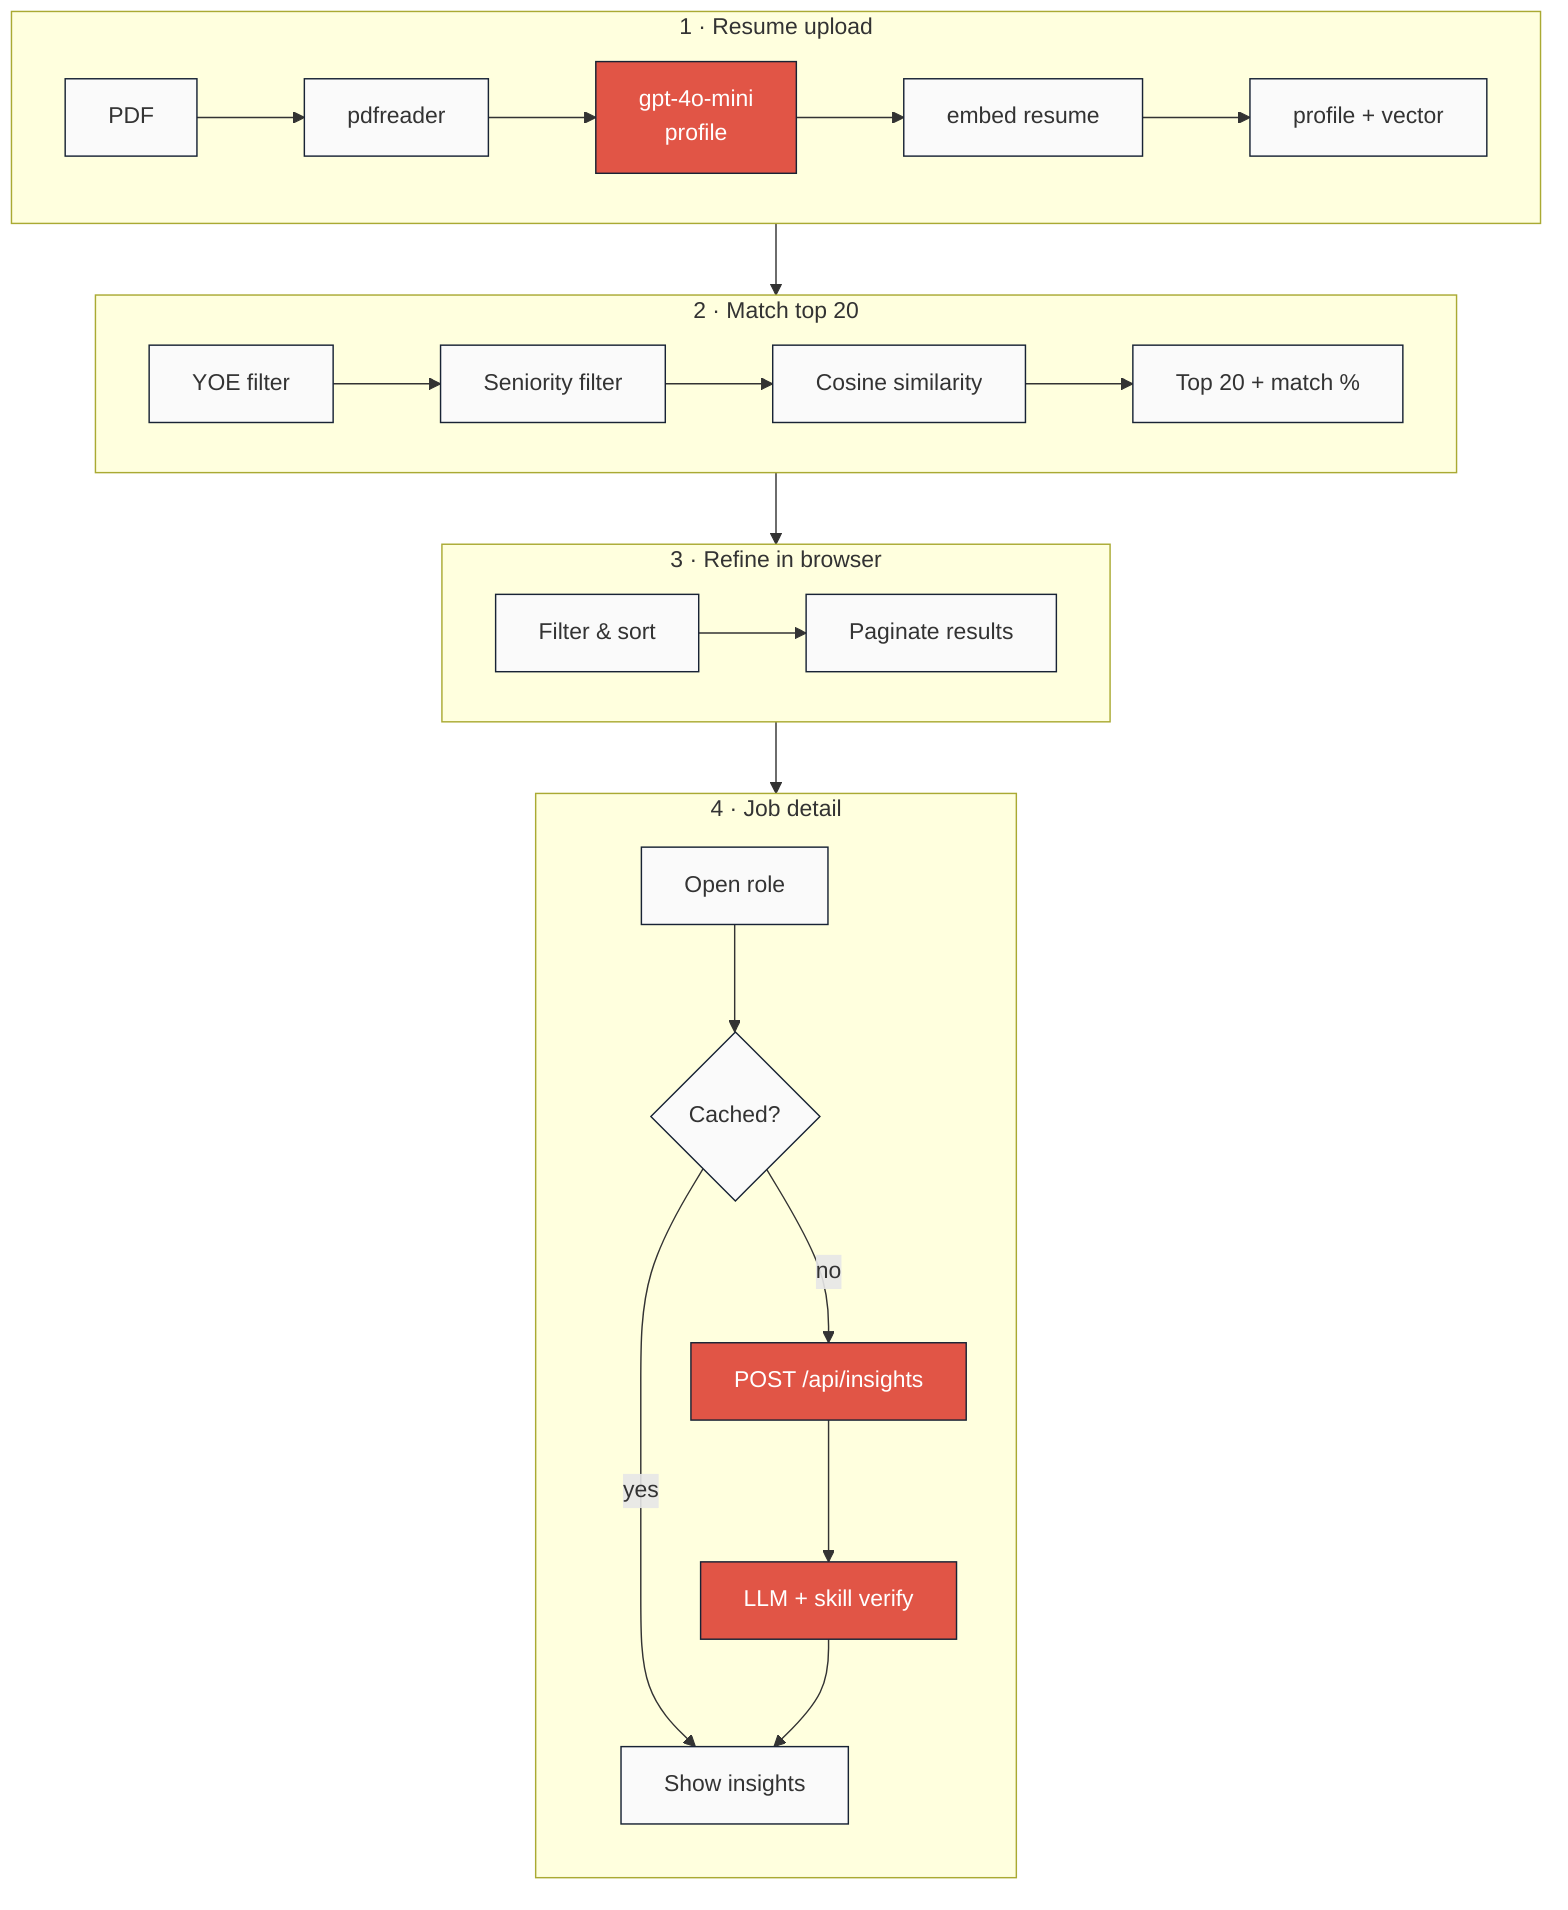
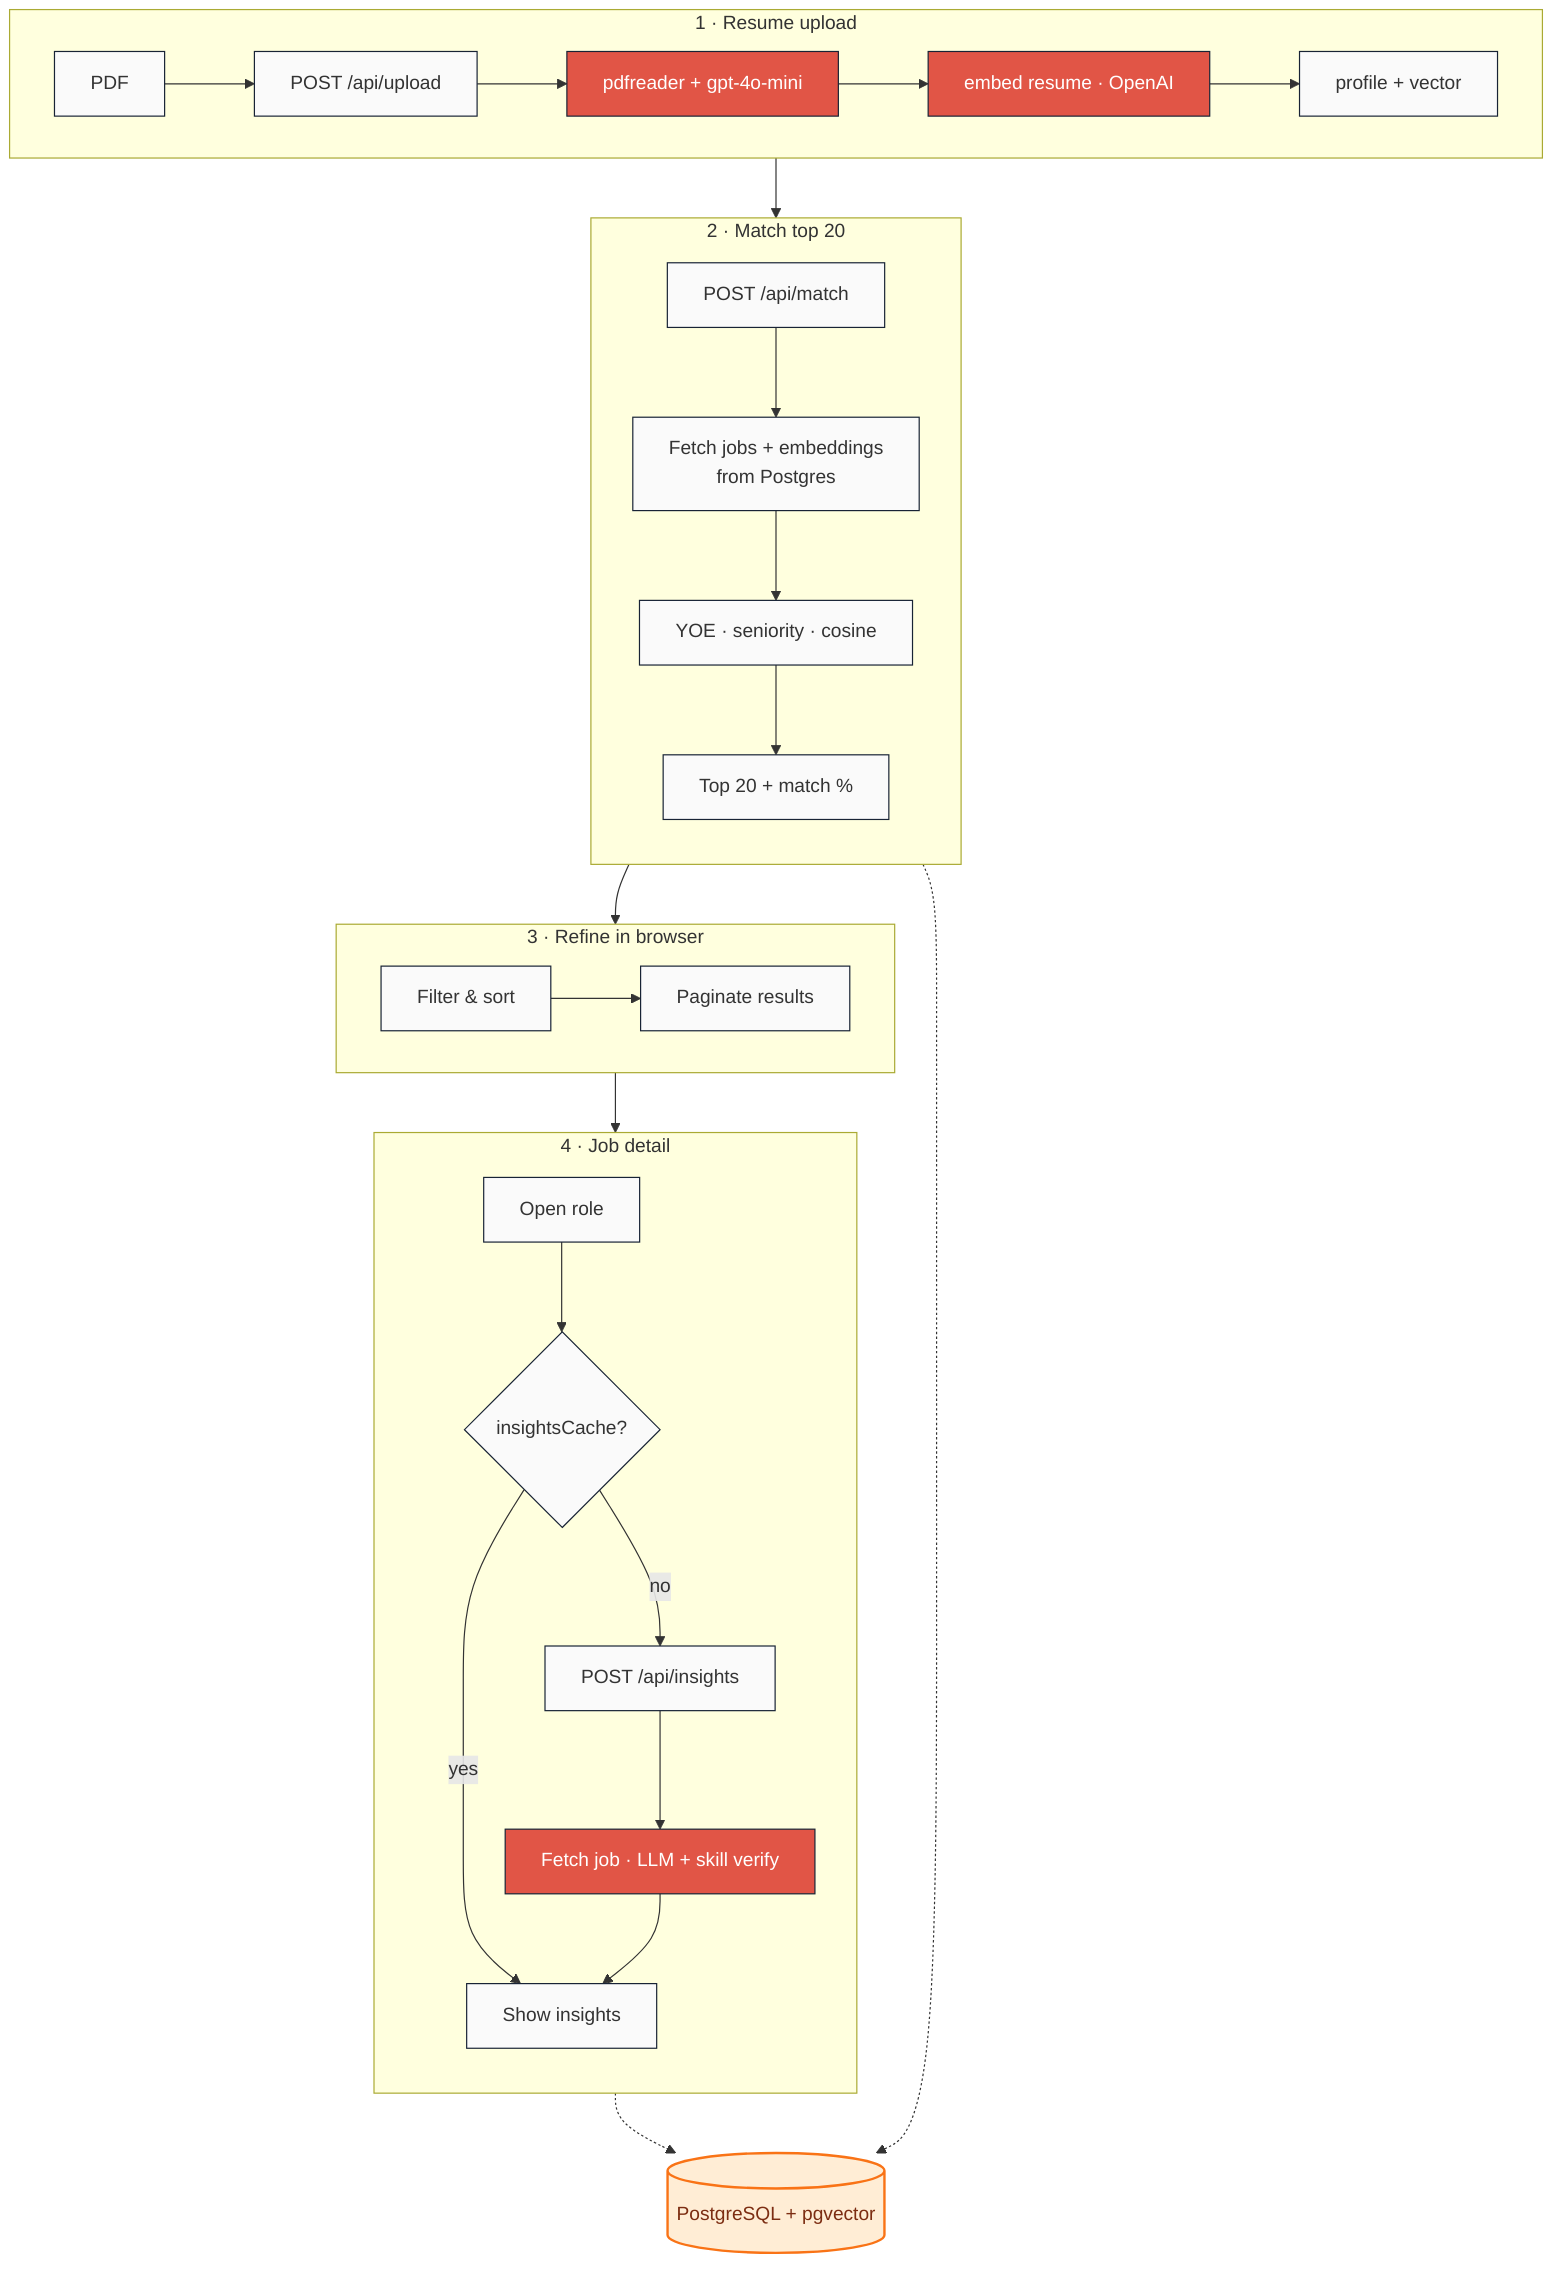
flowchart TB
  subgraph UPLOAD["1 · Resume upload"]
    direction LR
-     R1["PDF"] --> R2["pdfreader"] --> R3["gpt-4o-mini\nprofile"] --> R4["embed resume"] --> R5["profile + vector"]
+     R1["PDF"] --> R2["POST /api/upload"] --> R3["pdfreader + gpt-4o-mini"] --> R4["embed resume · OpenAI"] --> R5["profile + vector"]
  end

  subgraph MATCH["2 · Match top 20"]
-     direction LR
-     M1["YOE filter"] --> M2["Seniority filter"] --> M3["Cosine similarity"] --> M4["Top 20 + match %"]
+     direction TB
+     M1["POST /api/match"]
+     M2["Fetch jobs + embeddings\nfrom Postgres"]
+     M3["YOE · seniority · cosine"]
+     M4["Top 20 + match %"]
+     M1 --> M2 --> M3 --> M4
  end

  subgraph REFINE["3 · Refine in browser"]
    direction LR
    F1["Filter & sort"] --> F2["Paginate results"]
  end

  subgraph DETAIL["4 · Job detail"]
    direction TB
    D1["Open role"]
-     D2{"Cached?"}
+     D2{"insightsCache?"}
    D3["Show insights"]
    D4["POST /api/insights"]
-     D5["LLM + skill verify"]
+     D5["Fetch job · LLM + skill verify"]
    D1 --> D2
    D2 -->|yes| D3
    D2 -->|no| D4 --> D5 --> D3
  end

+   DB[("PostgreSQL + pgvector")]
+ 
  R5 --> M1
+   M2 -.-> DB
+   D5 -.-> DB
  M4 --> F1
  F2 --> D1

  classDef step fill:#fafafa,stroke:#182335
  classDef ai fill:#e15546,color:#fff,stroke:#182335
-   class R3,D4,D5 ai
-   class R1,R2,R4,R5,M1,M2,M3,M4,F1,F2,D1,D2,D3 step
+   classDef db fill:#ffedd5,stroke:#f97316,stroke-width:2px,color:#7c2d12
+   class R3,R4,D5 ai
+   class R1,R2,R5,M1,M2,M3,M4,F1,F2,D1,D2,D3,D4 step
+   class DB db
